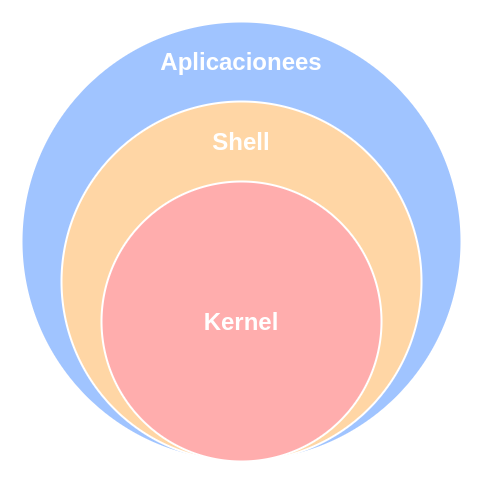
joseesco24/notas_de_desarrollo keeps this draw.io diagram as imagenes/notas_de_sistemas_linux/componentes_principales_de_linux.png. Above is the earlier version. Source tidied: cells renumbered, new cells last; positions are measured from the earlier drawing's top-left corner, leaving out a move shared by most shapes. Its diagram source:
```xml
<mxGraphModel background="#000000">
  <root>
    <mxCell id="0" />
    <mxCell id="1" parent="0" />
    <mxCell id="2" style="ellipse;whiteSpace=wrap;html=1;fillColor=#a0c4ff;strokeWidth=2;strokeColor=#FFFFFF;" parent="1" vertex="1">
      <mxGeometry width="440" height="440" as="geometry" />
    </mxCell>
    <mxCell id="3" style="ellipse;whiteSpace=wrap;html=1;fillColor=#ffd6a5;strokeWidth=2;strokeColor=#FFFFFF;" parent="1" vertex="1">
      <mxGeometry x="40" y="80" width="360" height="360" as="geometry" />
    </mxCell>
    <mxCell id="4" style="ellipse;whiteSpace=wrap;html=1;fillColor=#ffadad;strokeColor=#FFFFFF;strokeWidth=2;" parent="1" vertex="1">
      <mxGeometry x="80" y="160" width="280" height="280" as="geometry" />
    </mxCell>
    <mxCell id="5" value="&lt;h1&gt;&lt;font&gt;Kernel&lt;/font&gt;&lt;/h1&gt;" style="text;html=1;strokeColor=none;align=center;verticalAlign=middle;whiteSpace=wrap;rounded=0;shadow=0;glass=0;dashed=1;sketch=0;fontColor=#FFFFFF;" parent="1" vertex="1">
      <mxGeometry x="120" y="280" width="200" height="40" as="geometry" />
    </mxCell>
    <mxCell id="6" value="&lt;h1&gt;&lt;font&gt;Shell&lt;/font&gt;&lt;/h1&gt;" style="text;html=1;strokeColor=none;align=center;verticalAlign=middle;whiteSpace=wrap;rounded=0;shadow=0;glass=0;dashed=1;sketch=0;fontColor=#FFFFFF;" parent="1" vertex="1">
      <mxGeometry x="120" y="100" width="200" height="40" as="geometry" />
    </mxCell>
    <mxCell id="7" value="&lt;h1&gt;&lt;font&gt;Aplicacionees&lt;/font&gt;&lt;/h1&gt;" style="text;html=1;strokeColor=none;align=center;verticalAlign=middle;whiteSpace=wrap;rounded=0;shadow=0;glass=0;dashed=1;sketch=0;fontColor=#FFFFFF;" parent="1" vertex="1">
      <mxGeometry x="120" y="20" width="200" height="40" as="geometry" />
    </mxCell>
  </root>
</mxGraphModel>
```
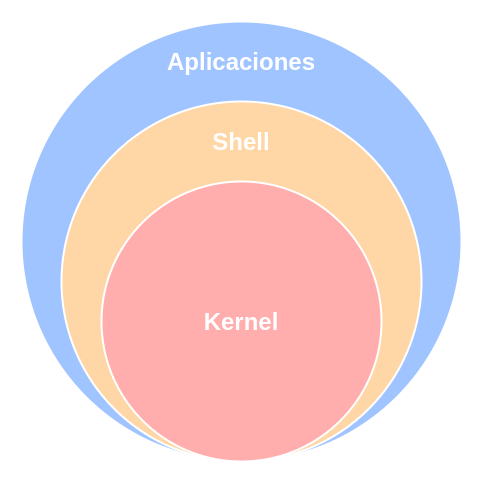
Above is the later version.

What changed in the source:
```diff
@@ -17,7 +17,7 @@
     <mxCell id="6" value="&lt;h1&gt;&lt;font&gt;Shell&lt;/font&gt;&lt;/h1&gt;" style="text;html=1;strokeColor=none;align=center;verticalAlign=middle;whiteSpace=wrap;rounded=0;shadow=0;glass=0;dashed=1;sketch=0;fontColor=#FFFFFF;" parent="1" vertex="1">
       <mxGeometry x="120" y="100" width="200" height="40" as="geometry" />
     </mxCell>
-    <mxCell id="7" value="&lt;h1&gt;&lt;font&gt;Aplicacionees&lt;/font&gt;&lt;/h1&gt;" style="text;html=1;strokeColor=none;align=center;verticalAlign=middle;whiteSpace=wrap;rounded=0;shadow=0;glass=0;dashed=1;sketch=0;fontColor=#FFFFFF;" parent="1" vertex="1">
+    <mxCell id="7" value="&lt;h1&gt;&lt;font&gt;Aplicaciones&lt;/font&gt;&lt;/h1&gt;" style="text;html=1;strokeColor=none;align=center;verticalAlign=middle;whiteSpace=wrap;rounded=0;shadow=0;glass=0;dashed=1;sketch=0;fontColor=#FFFFFF;" parent="1" vertex="1">
       <mxGeometry x="120" y="20" width="200" height="40" as="geometry" />
     </mxCell>
   </root>
```
